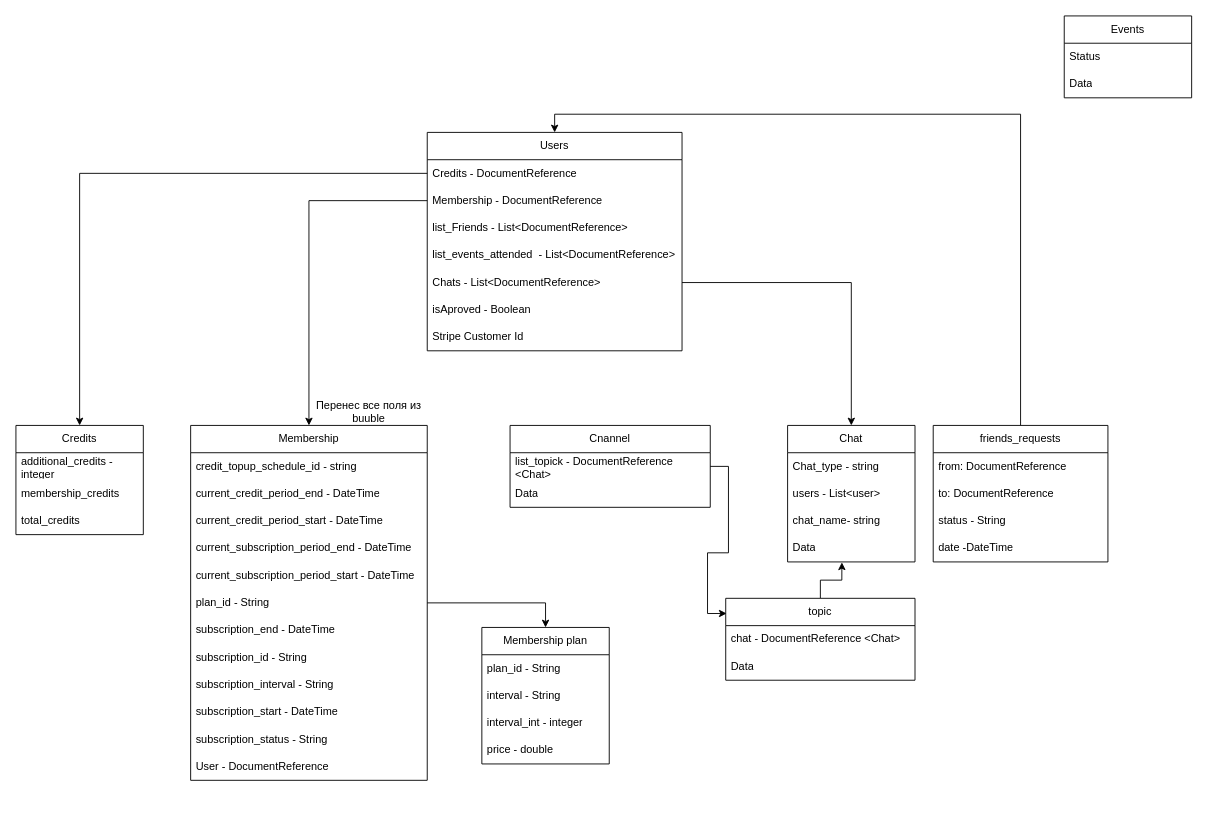
The draw.io diagram Диаграмма без названия.drawio in rataysh/schemes, before the edit. Source tidied: cells renumbered, new cells numbered last; positions are measured from the earlier drawing's top-left corner, leaving out a move shared by most shapes. Both pictures are drawn from the tidied source at 91%, with x=0, y=0 at pixel (15, 15).
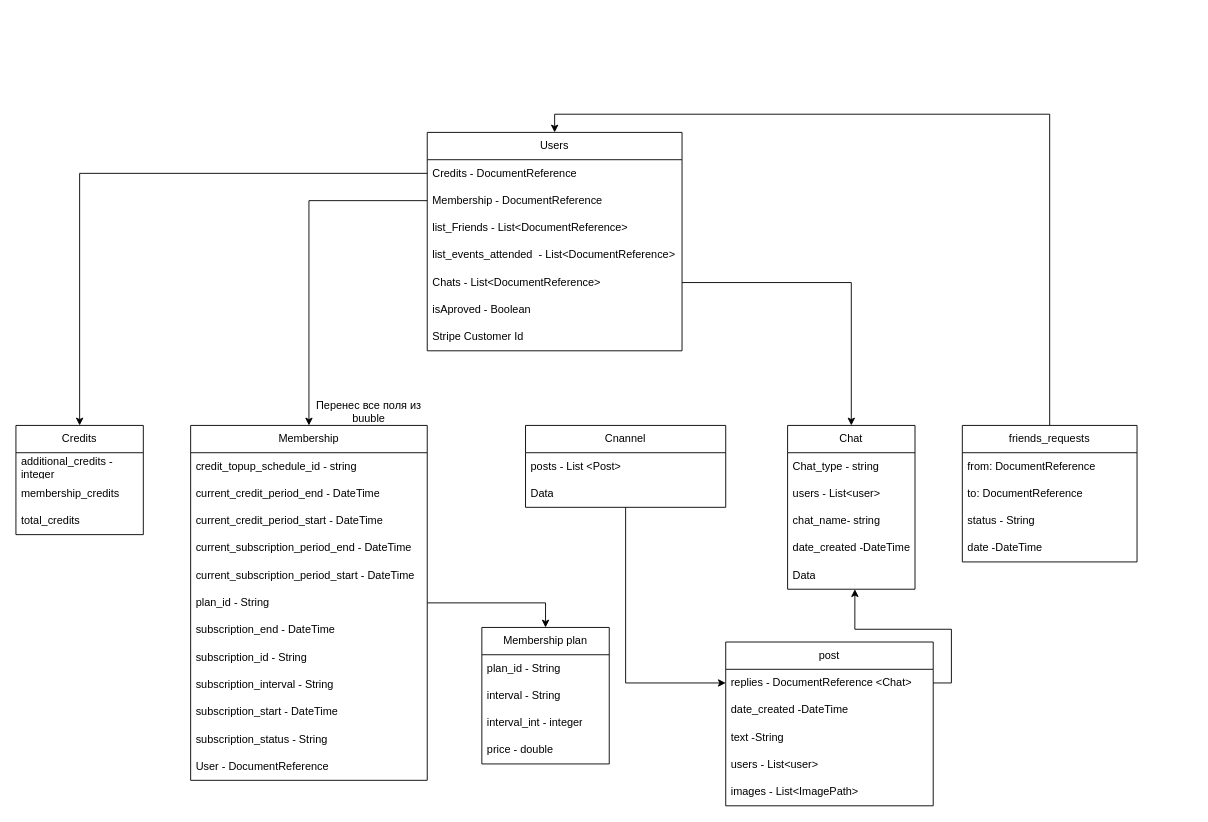
The same page after the edit.

Diff of the diagram source:
```diff
@@
-    <mxCell id="35" value="Events" style="swimlane;fontStyle=0;horizontal=1;startSize=30;whiteSpace=wrap;html=1;" parent="1" vertex="1">
-      <mxGeometry x="1152" width="140" height="90" as="geometry" />
-    </mxCell>
-    <mxCell id="36" value="Status" style="text;strokeColor=none;fillColor=none;align=left;verticalAlign=middle;spacingLeft=4;spacingRight=4;overflow=hidden;whiteSpace=wrap;html=1;" parent="35" vertex="1">
-      <mxGeometry y="30" width="140" height="30" as="geometry" />
-    </mxCell>
-    <mxCell id="37" value="Data" style="text;strokeColor=none;fillColor=none;align=left;verticalAlign=middle;spacingLeft=4;spacingRight=4;overflow=hidden;whiteSpace=wrap;html=1;" parent="35" vertex="1">
-      <mxGeometry y="60" width="140" height="30" as="geometry" />
-    </mxCell>
     <mxCell id="38" value="Chat" style="swimlane;fontStyle=0;horizontal=1;startSize=30;whiteSpace=wrap;html=1;" parent="1" vertex="1">
-      <mxGeometry x="848" y="450" width="140" height="150" as="geometry" />
+      <mxGeometry x="848" y="450" width="140" height="180" as="geometry" />
     </mxCell>
@@
+    <mxCell id="59" value="date_created -DateTime" style="text;strokeColor=none;fillColor=none;align=left;verticalAlign=middle;spacingLeft=4;spacingRight=4;overflow=hidden;whiteSpace=wrap;html=1;" parent="38" vertex="1">
+      <mxGeometry y="120" width="140" height="30" as="geometry" />
+    </mxCell>
     <mxCell id="42" value="Data" style="text;strokeColor=none;fillColor=none;align=left;verticalAlign=middle;spacingLeft=4;spacingRight=4;overflow=hidden;points=[[0,0.5],[1,0.5]];portConstraint=eastwest;whiteSpace=wrap;html=1;" parent="38" vertex="1">
-      <mxGeometry y="120" width="140" height="30" as="geometry" />
+      <mxGeometry y="150" width="140" height="30" as="geometry" />
     </mxCell>
@@
-    <mxCell id="44" style="edgeStyle=orthogonalEdgeStyle;rounded=0;jettySize=auto;html=1;entryX=0.005;entryY=0.185;entryDx=0;entryDy=0;entryPerimeter=0;" parent="1" edge="1" source="45" target="56">
+    <mxCell id="44" style="edgeStyle=orthogonalEdgeStyle;rounded=0;jettySize=auto;html=1;entryX=0;entryY=0.25;entryDx=0;entryDy=0;" parent="1" edge="1" source="45" target="56">
       <mxGeometry relative="1" as="geometry" />
     </mxCell>
     <mxCell id="45" value="Cnannel" style="swimlane;fontStyle=0;horizontal=1;startSize=30;whiteSpace=wrap;html=1;" parent="1" vertex="1">
-      <mxGeometry x="543" y="450" width="220" height="90" as="geometry" />
+      <mxGeometry x="560" y="450" width="220" height="90" as="geometry" />
     </mxCell>
-    <mxCell id="46" value="list_topick - DocumentReference &amp;lt;Chat&amp;gt;" style="text;strokeColor=none;fillColor=none;align=left;verticalAlign=middle;spacingLeft=4;spacingRight=4;overflow=hidden;whiteSpace=wrap;html=1;" parent="45" vertex="1">
+    <mxCell id="46" value="posts - List &amp;lt;Post&amp;gt;" style="text;strokeColor=none;fillColor=none;align=left;verticalAlign=middle;spacingLeft=4;spacingRight=4;overflow=hidden;whiteSpace=wrap;html=1;" parent="45" vertex="1">
       <mxGeometry y="30" width="220" height="30" as="geometry" />
     </mxCell>
@@
     <mxCell id="49" value="friends_requests" style="swimlane;fontStyle=0;horizontal=1;startSize=30;whiteSpace=wrap;html=1;" parent="1" vertex="1">
-      <mxGeometry x="1008" y="450" width="192" height="150" as="geometry" />
+      <mxGeometry x="1040" y="450" width="192" height="150" as="geometry" />
     </mxCell>
@@
-    <mxCell id="55" style="edgeStyle=orthogonalEdgeStyle;rounded=0;jettySize=auto;html=1;entryX=0.426;entryY=1.016;entryDx=0;entryDy=0;entryPerimeter=0;" parent="1" edge="1" source="56" target="42">
-      <mxGeometry relative="1" as="geometry" />
-    </mxCell>
-    <mxCell id="56" value="topic" style="swimlane;fontStyle=0;horizontal=1;startSize=30;whiteSpace=wrap;html=1;" parent="1" vertex="1">
-      <mxGeometry x="780" y="640" width="208" height="90" as="geometry" />
+    <mxCell id="56" value="post" style="swimlane;fontStyle=0;horizontal=1;startSize=30;whiteSpace=wrap;html=1;" parent="1" vertex="1">
+      <mxGeometry x="780" y="688" width="228" height="180" as="geometry" />
     </mxCell>
-    <mxCell id="57" value="chat - DocumentReference &amp;lt;Chat&amp;gt;" style="text;strokeColor=none;fillColor=none;align=left;verticalAlign=middle;spacingLeft=4;spacingRight=4;overflow=hidden;points=[[0,0.5],[1,0.5]];portConstraint=eastwest;whiteSpace=wrap;html=1;" parent="56" vertex="1">
-      <mxGeometry y="30" width="208" height="30" as="geometry" />
+    <mxCell id="57" value="replies&amp;nbsp;- DocumentReference &amp;lt;Chat&amp;gt;" style="text;strokeColor=none;fillColor=none;align=left;verticalAlign=middle;spacingLeft=4;spacingRight=4;overflow=hidden;points=[[0,0.5],[1,0.5]];portConstraint=eastwest;whiteSpace=wrap;html=1;" parent="56" vertex="1">
+      <mxGeometry y="30" width="228" height="30" as="geometry" />
     </mxCell>
-    <mxCell id="58" value="Data" style="text;strokeColor=none;fillColor=none;align=left;verticalAlign=middle;spacingLeft=4;spacingRight=4;overflow=hidden;whiteSpace=wrap;html=1;" parent="56" vertex="1">
-      <mxGeometry y="60" width="208" height="30" as="geometry" />
-    </mxCell>
+    <mxCell id="60" value="date_created -DateTime" style="text;strokeColor=none;fillColor=none;align=left;verticalAlign=middle;spacingLeft=4;spacingRight=4;overflow=hidden;whiteSpace=wrap;html=1;" parent="56" vertex="1">
+      <mxGeometry y="60" width="228" height="30" as="geometry" />
+    </mxCell>
+    <mxCell id="61" value="text -String" style="text;strokeColor=none;fillColor=none;align=left;verticalAlign=middle;spacingLeft=4;spacingRight=4;overflow=hidden;whiteSpace=wrap;html=1;" parent="56" vertex="1">
+      <mxGeometry y="90" width="228" height="30" as="geometry" />
+    </mxCell>
+    <mxCell id="62" value="users - List&amp;lt;user&amp;gt;" style="text;strokeColor=none;fillColor=none;align=left;verticalAlign=middle;spacingLeft=4;spacingRight=4;overflow=hidden;whiteSpace=wrap;html=1;" parent="56" vertex="1">
+      <mxGeometry y="120" width="228" height="30" as="geometry" />
+    </mxCell>
+    <mxCell id="63" value="images - List&amp;lt;ImagePath&amp;gt;" style="text;strokeColor=none;fillColor=none;align=left;verticalAlign=middle;spacingLeft=4;spacingRight=4;overflow=hidden;whiteSpace=wrap;html=1;" parent="56" vertex="1">
+      <mxGeometry y="150" width="228" height="30" as="geometry" />
+    </mxCell>
+    <mxCell id="64" style="edgeStyle=orthogonalEdgeStyle;rounded=0;jettySize=auto;html=1;exitX=1;exitY=0.5;exitDx=0;exitDy=0;entryX=0.528;entryY=1;entryDx=0;entryDy=0;entryPerimeter=0;" parent="1" edge="1" source="57" target="42">
+      <mxGeometry relative="1" as="geometry" />
+    </mxCell>
```
